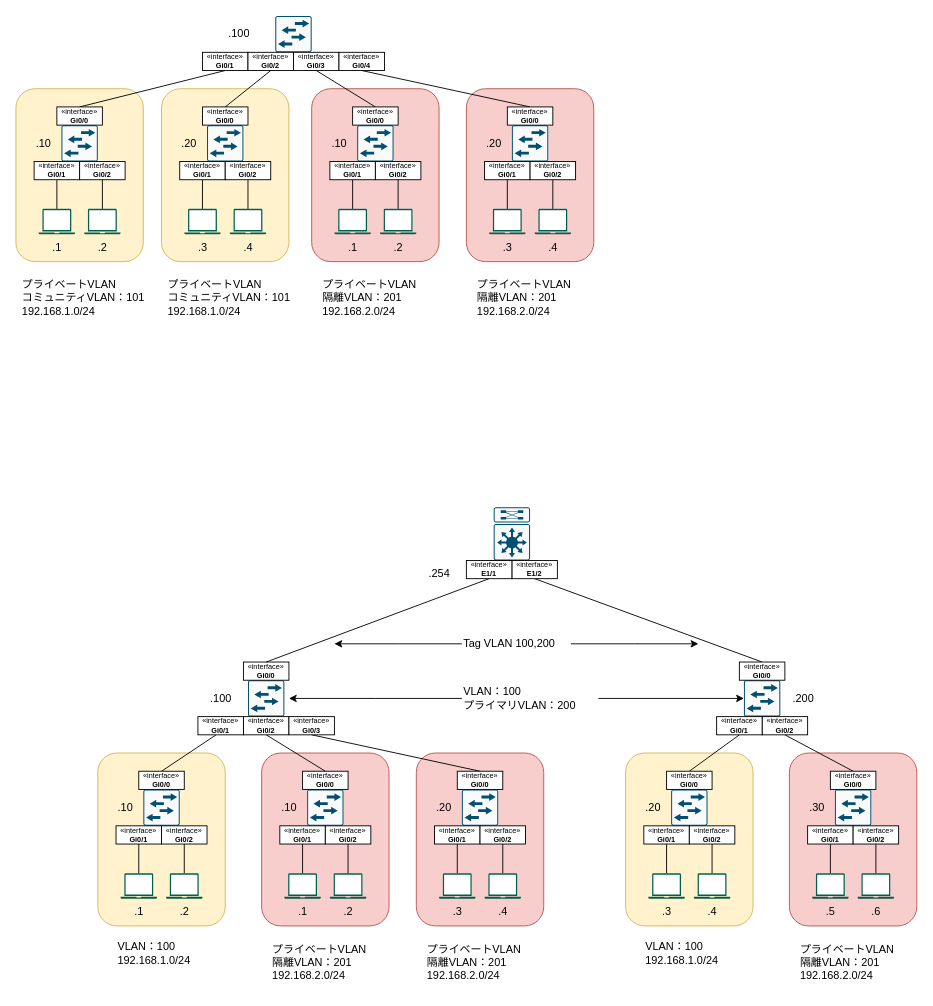
Earlier version of the draw.io diagram プライベートVLAN検証.drawio (Mizukichi404/Network_diagram). Source tidied: cells renumbered, new cells numbered last; positions are measured from the earlier drawing's top-left corner, leaving out a move shared by most shapes. Both pictures are drawn from the tidied source at 91%, with x=0, y=0 at pixel (15, 15).
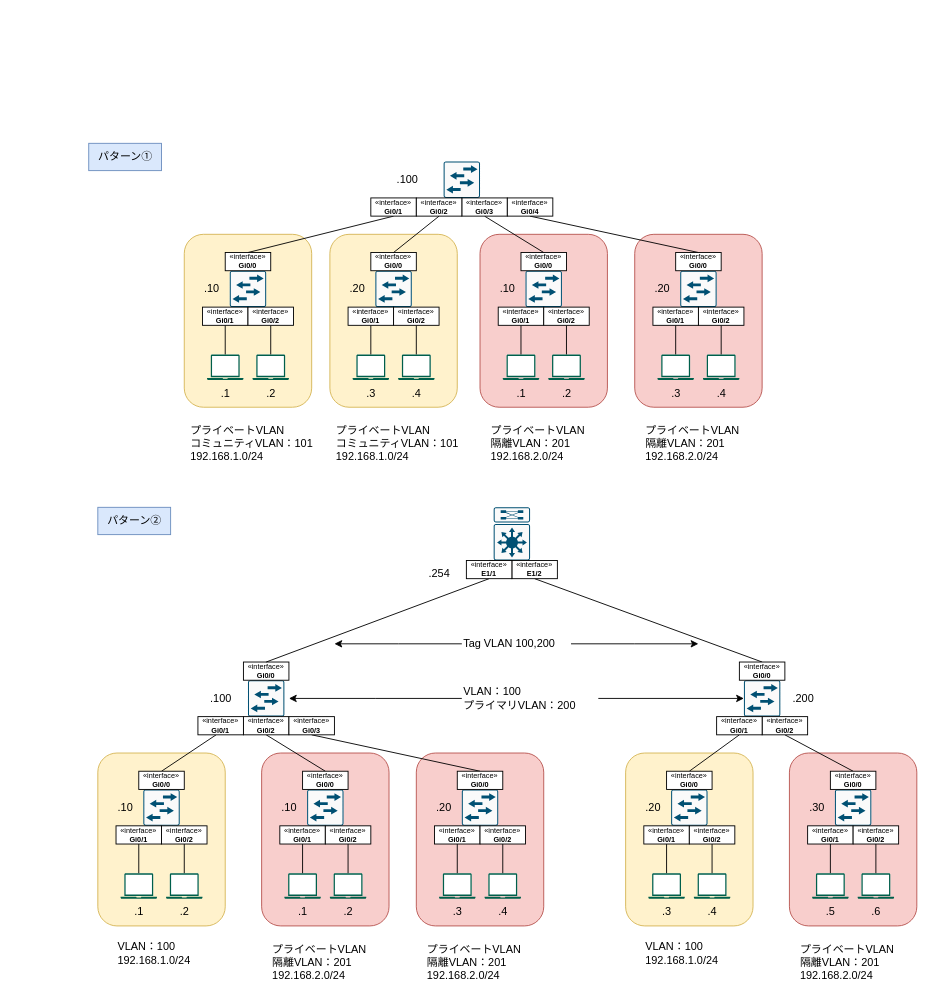
After the change.

Commit message:
プライベートVLAN検証.drawio を更新します

Diff of the diagram source:
```diff
@@
     <mxCell id="97" style="rounded=1;whiteSpace=wrap;html=1;fillColor=#f8cecc;strokeColor=#b85450;" parent="1" vertex="1">
-      <mxGeometry x="325" y="80" width="140" height="190" as="geometry" />
+      <mxGeometry x="510" y="240" width="140" height="190" as="geometry" />
     </mxCell>
     <mxCell id="98" style="rounded=1;whiteSpace=wrap;html=1;fillColor=#fff2cc;strokeColor=#d6b656;" parent="1" vertex="1">
-      <mxGeometry y="80" width="140" height="190" as="geometry" />
+      <mxGeometry x="185" y="240" width="140" height="190" as="geometry" />
     </mxCell>
     <mxCell id="99" style="sketch=0;verticalLabelPosition=bottom;html=1;verticalAlign=top;align=center;shape=mxgraph.cisco19.rect;prIcon=l2_switch;fillColor=#FAFAFA;strokeColor=#005073;" parent="1" vertex="1">
-      <mxGeometry x="285" width="40" height="40" as="geometry" />
+      <mxGeometry x="470" y="160" width="40" height="40" as="geometry" />
     </mxCell>
     <mxCell id="100" style="sketch=0;verticalLabelPosition=bottom;html=1;verticalAlign=top;align=center;shape=mxgraph.cisco19.rect;prIcon=l2_switch;fillColor=#FAFAFA;strokeColor=#005073;" parent="1" vertex="1">
-      <mxGeometry x="50" y="120" width="40" height="40" as="geometry" />
+      <mxGeometry x="235" y="280" width="40" height="40" as="geometry" />
     </mxCell>
@@
     <mxCell id="102" style="sketch=0;verticalLabelPosition=bottom;html=1;verticalAlign=top;align=center;shape=mxgraph.cisco19.rect;prIcon=l2_switch;fillColor=#FAFAFA;strokeColor=#005073;" parent="1" vertex="1">
-      <mxGeometry x="375" y="120" width="40" height="40" as="geometry" />
+      <mxGeometry x="560" y="280" width="40" height="40" as="geometry" />
     </mxCell>
@@
     <mxCell id="104" style="sketch=0;shadow=0;dashed=0;html=1;strokeColor=none;fillColor=#005F4B;labelPosition=center;verticalLabelPosition=bottom;verticalAlign=top;align=center;outlineConnect=0;shape=mxgraph.veeam2.laptop;" parent="1" vertex="1">
-      <mxGeometry x="25" y="212" width="40" height="28" as="geometry" />
+      <mxGeometry x="210" y="372" width="40" height="28" as="geometry" />
     </mxCell>
     <mxCell id="105" style="sketch=0;shadow=0;dashed=0;html=1;strokeColor=none;fillColor=#005F4B;labelPosition=center;verticalLabelPosition=bottom;verticalAlign=top;align=center;outlineConnect=0;shape=mxgraph.veeam2.laptop;" parent="1" vertex="1">
-      <mxGeometry x="75" y="212" width="40" height="28" as="geometry" />
+      <mxGeometry x="260" y="372" width="40" height="28" as="geometry" />
     </mxCell>
     <mxCell id="106" style="sketch=0;shadow=0;dashed=0;html=1;strokeColor=none;fillColor=#005F4B;labelPosition=center;verticalLabelPosition=bottom;verticalAlign=top;align=center;outlineConnect=0;shape=mxgraph.veeam2.laptop;" parent="1" vertex="1">
-      <mxGeometry x="350" y="212" width="40" height="28" as="geometry" />
+      <mxGeometry x="535" y="372" width="40" height="28" as="geometry" />
     </mxCell>
     <mxCell id="107" style="sketch=0;shadow=0;dashed=0;html=1;strokeColor=none;fillColor=#005F4B;labelPosition=center;verticalLabelPosition=bottom;verticalAlign=top;align=center;outlineConnect=0;shape=mxgraph.veeam2.laptop;" parent="1" vertex="1">
-      <mxGeometry x="400" y="212" width="40" height="28" as="geometry" />
+      <mxGeometry x="585" y="372" width="40" height="28" as="geometry" />
     </mxCell>
     <mxCell id="108" value="プライベートVLAN&lt;div&gt;&lt;div&gt;隔離VLAN：201&lt;/div&gt;&lt;div&gt;192.168.2.0/24&lt;/div&gt;&lt;/div&gt;" style="text;html=1;align=left;verticalAlign=middle;strokeColor=none;fillColor=none;" parent="1" vertex="1">
-      <mxGeometry x="335" y="280" width="130" height="60" as="geometry" />
+      <mxGeometry x="520" y="440" width="130" height="60" as="geometry" />
     </mxCell>
     <mxCell id="109" value="&lt;div&gt;プライベートVLAN&lt;/div&gt;&lt;div&gt;コミュニティVLAN：101&lt;/div&gt;&lt;div&gt;192.168.1.0/24&lt;/div&gt;" style="text;html=1;align=left;verticalAlign=middle;strokeColor=none;fillColor=none;" parent="1" vertex="1">
-      <mxGeometry x="5" y="280" width="160" height="60" as="geometry" />
+      <mxGeometry x="190" y="440" width="160" height="60" as="geometry" />
     </mxCell>
@@
     <mxCell id="114" value="«interface»&lt;br&gt;&lt;div&gt;&lt;b&gt;Gi0/1&lt;/b&gt;&lt;/div&gt;" style="html=1;whiteSpace=wrap;fontSize=8;" parent="1" vertex="1">
-      <mxGeometry x="20" y="160" width="50" height="20" as="geometry" />
+      <mxGeometry x="205" y="320" width="50" height="20" as="geometry" />
     </mxCell>
     <mxCell id="115" value="«interface»&lt;br&gt;&lt;b&gt;Gi0/2&lt;/b&gt;" style="html=1;whiteSpace=wrap;fontSize=8;" parent="1" vertex="1">
-      <mxGeometry x="70" y="160" width="50" height="20" as="geometry" />
+      <mxGeometry x="255" y="320" width="50" height="20" as="geometry" />
     </mxCell>
     <mxCell id="116" value="«interface»&lt;br&gt;&lt;b&gt;Gi0/0&lt;/b&gt;" style="html=1;whiteSpace=wrap;fontSize=8;" parent="1" vertex="1">
-      <mxGeometry x="45" y="100" width="50" height="20" as="geometry" />
+      <mxGeometry x="230" y="260" width="50" height="20" as="geometry" />
     </mxCell>
     <mxCell id="117" value="«interface»&lt;br&gt;&lt;b&gt;Gi0/3&lt;/b&gt;" style="html=1;whiteSpace=wrap;fontSize=8;" parent="1" vertex="1">
-      <mxGeometry x="305" y="40" width="50" height="20" as="geometry" />
+      <mxGeometry x="490" y="200" width="50" height="20" as="geometry" />
     </mxCell>
     <mxCell id="118" value="«interface»&lt;br&gt;&lt;b&gt;Gi0/1&lt;/b&gt;" style="html=1;whiteSpace=wrap;fontSize=8;" parent="1" vertex="1">
-      <mxGeometry x="205" y="40" width="50" height="20" as="geometry" />
+      <mxGeometry x="390" y="200" width="50" height="20" as="geometry" />
     </mxCell>
     <mxCell id="119" value="«interface»&lt;br&gt;&lt;b&gt;Gi0/1&lt;/b&gt;" style="html=1;whiteSpace=wrap;fontSize=8;" parent="1" vertex="1">
-      <mxGeometry x="345" y="160" width="50" height="20" as="geometry" />
+      <mxGeometry x="530" y="320" width="50" height="20" as="geometry" />
     </mxCell>
     <mxCell id="120" value="«interface»&lt;br&gt;&lt;b&gt;Gi0/2&lt;/b&gt;" style="html=1;whiteSpace=wrap;fontSize=8;" parent="1" vertex="1">
-      <mxGeometry x="395" y="160" width="50" height="20" as="geometry" />
+      <mxGeometry x="580" y="320" width="50" height="20" as="geometry" />
     </mxCell>
     <mxCell id="121" value="«interface»&lt;br&gt;&lt;b&gt;Gi0/0&lt;/b&gt;" style="html=1;whiteSpace=wrap;fontSize=8;" parent="1" vertex="1">
-      <mxGeometry x="370" y="100" width="50" height="20" as="geometry" />
+      <mxGeometry x="555" y="260" width="50" height="20" as="geometry" />
     </mxCell>
     <mxCell id="122" value=".1" style="text;html=1;align=center;verticalAlign=middle;strokeColor=none;fillColor=none;" parent="1" vertex="1">
-      <mxGeometry x="30" y="240" width="30" height="30" as="geometry" />
+      <mxGeometry x="215" y="400" width="30" height="30" as="geometry" />
     </mxCell>
     <mxCell id="123" value=".2" style="text;html=1;align=center;verticalAlign=middle;strokeColor=none;fillColor=none;" parent="1" vertex="1">
-      <mxGeometry x="80" y="240" width="30" height="30" as="geometry" />
+      <mxGeometry x="265" y="400" width="30" height="30" as="geometry" />
     </mxCell>
     <mxCell id="124" value=".1" style="text;html=1;align=center;verticalAlign=middle;strokeColor=none;fillColor=none;" parent="1" vertex="1">
-      <mxGeometry x="355" y="240" width="30" height="30" as="geometry" />
+      <mxGeometry x="540" y="400" width="30" height="30" as="geometry" />
     </mxCell>
     <mxCell id="125" value=".2" style="text;html=1;align=center;verticalAlign=middle;strokeColor=none;fillColor=none;" parent="1" vertex="1">
-      <mxGeometry x="405" y="240" width="30" height="30" as="geometry" />
+      <mxGeometry x="590" y="400" width="30" height="30" as="geometry" />
     </mxCell>
     <mxCell id="126" value=".100" style="text;html=1;align=center;verticalAlign=middle;strokeColor=none;fillColor=none;" parent="1" vertex="1">
-      <mxGeometry x="220" y="5" width="50" height="30" as="geometry" />
+      <mxGeometry x="405" y="165" width="50" height="30" as="geometry" />
     </mxCell>
     <mxCell id="127" value=".10" style="text;html=1;align=center;verticalAlign=middle;strokeColor=none;fillColor=none;" parent="1" vertex="1">
-      <mxGeometry x="10" y="125" width="40" height="30" as="geometry" />
+      <mxGeometry x="195" y="285" width="40" height="30" as="geometry" />
     </mxCell>
     <mxCell id="128" value=".10" style="text;html=1;align=center;verticalAlign=middle;strokeColor=none;fillColor=none;" parent="1" vertex="1">
-      <mxGeometry x="335" y="125" width="40" height="30" as="geometry" />
+      <mxGeometry x="520" y="285" width="40" height="30" as="geometry" />
     </mxCell>
     <mxCell id="129" style="rounded=1;whiteSpace=wrap;html=1;fillColor=#f8cecc;strokeColor=#b85450;" parent="1" vertex="1">
-      <mxGeometry x="495" y="80" width="140" height="190" as="geometry" />
+      <mxGeometry x="680" y="240" width="140" height="190" as="geometry" />
     </mxCell>
     <mxCell id="130" style="sketch=0;verticalLabelPosition=bottom;html=1;verticalAlign=top;align=center;shape=mxgraph.cisco19.rect;prIcon=l2_switch;fillColor=#FAFAFA;strokeColor=#005073;" parent="1" vertex="1">
-      <mxGeometry x="545" y="120" width="40" height="40" as="geometry" />
+      <mxGeometry x="730" y="280" width="40" height="40" as="geometry" />
     </mxCell>
@@
     <mxCell id="132" style="sketch=0;shadow=0;dashed=0;html=1;strokeColor=none;fillColor=#005F4B;labelPosition=center;verticalLabelPosition=bottom;verticalAlign=top;align=center;outlineConnect=0;shape=mxgraph.veeam2.laptop;" parent="1" vertex="1">
-      <mxGeometry x="520" y="212" width="40" height="28" as="geometry" />
+      <mxGeometry x="705" y="372" width="40" height="28" as="geometry" />
     </mxCell>
     <mxCell id="133" style="sketch=0;shadow=0;dashed=0;html=1;strokeColor=none;fillColor=#005F4B;labelPosition=center;verticalLabelPosition=bottom;verticalAlign=top;align=center;outlineConnect=0;shape=mxgraph.veeam2.laptop;" parent="1" vertex="1">
-      <mxGeometry x="570" y="212" width="40" height="28" as="geometry" />
+      <mxGeometry x="755" y="372" width="40" height="28" as="geometry" />
     </mxCell>
     <mxCell id="134" value="プライベートVLAN&lt;div&gt;&lt;div&gt;隔離VLAN：201&lt;/div&gt;&lt;div&gt;192.168.2.0/24&lt;/div&gt;&lt;/div&gt;" style="text;html=1;align=left;verticalAlign=middle;strokeColor=none;fillColor=none;" parent="1" vertex="1">
-      <mxGeometry x="505" y="280" width="130" height="60" as="geometry" />
+      <mxGeometry x="690" y="440" width="130" height="60" as="geometry" />
     </mxCell>
@@
     <mxCell id="137" value="«interface»&lt;br&gt;&lt;b&gt;Gi0/1&lt;/b&gt;" style="html=1;whiteSpace=wrap;fontSize=8;" parent="1" vertex="1">
-      <mxGeometry x="515" y="160" width="50" height="20" as="geometry" />
+      <mxGeometry x="700" y="320" width="50" height="20" as="geometry" />
     </mxCell>
     <mxCell id="138" value="«interface»&lt;br&gt;&lt;b&gt;Gi0/2&lt;/b&gt;" style="html=1;whiteSpace=wrap;fontSize=8;" parent="1" vertex="1">
-      <mxGeometry x="565" y="160" width="50" height="20" as="geometry" />
+      <mxGeometry x="750" y="320" width="50" height="20" as="geometry" />
     </mxCell>
     <mxCell id="139" value="«interface»&lt;br&gt;&lt;b&gt;Gi0/0&lt;/b&gt;" style="html=1;whiteSpace=wrap;fontSize=8;" parent="1" vertex="1">
-      <mxGeometry x="540" y="100" width="50" height="20" as="geometry" />
+      <mxGeometry x="725" y="260" width="50" height="20" as="geometry" />
     </mxCell>
     <mxCell id="140" value=".3" style="text;html=1;align=center;verticalAlign=middle;strokeColor=none;fillColor=none;" parent="1" vertex="1">
-      <mxGeometry x="525" y="240" width="30" height="30" as="geometry" />
+      <mxGeometry x="710" y="400" width="30" height="30" as="geometry" />
     </mxCell>
     <mxCell id="141" value=".4" style="text;html=1;align=center;verticalAlign=middle;strokeColor=none;fillColor=none;" parent="1" vertex="1">
-      <mxGeometry x="575" y="240" width="30" height="30" as="geometry" />
+      <mxGeometry x="760" y="400" width="30" height="30" as="geometry" />
     </mxCell>
     <mxCell id="142" value=".20" style="text;html=1;align=center;verticalAlign=middle;strokeColor=none;fillColor=none;" parent="1" vertex="1">
-      <mxGeometry x="505" y="125" width="40" height="30" as="geometry" />
+      <mxGeometry x="690" y="285" width="40" height="30" as="geometry" />
     </mxCell>
     <mxCell id="143" value="«interface»&lt;br&gt;&lt;b&gt;Gi0/4&lt;/b&gt;" style="html=1;whiteSpace=wrap;fontSize=8;" parent="1" vertex="1">
-      <mxGeometry x="355" y="40" width="50" height="20" as="geometry" />
+      <mxGeometry x="540" y="200" width="50" height="20" as="geometry" />
     </mxCell>
     <mxCell id="144" value="«interface»&lt;br&gt;&lt;b&gt;Gi0/2&lt;/b&gt;" style="html=1;whiteSpace=wrap;fontSize=8;" parent="1" vertex="1">
-      <mxGeometry x="255" y="40" width="50" height="20" as="geometry" />
+      <mxGeometry x="440" y="200" width="50" height="20" as="geometry" />
     </mxCell>
     <mxCell id="145" style="rounded=1;whiteSpace=wrap;html=1;fillColor=#fff2cc;strokeColor=#d6b656;" parent="1" vertex="1">
-      <mxGeometry x="160" y="80" width="140" height="190" as="geometry" />
+      <mxGeometry x="345" y="240" width="140" height="190" as="geometry" />
     </mxCell>
     <mxCell id="146" style="sketch=0;verticalLabelPosition=bottom;html=1;verticalAlign=top;align=center;shape=mxgraph.cisco19.rect;prIcon=l2_switch;fillColor=#FAFAFA;strokeColor=#005073;" parent="1" vertex="1">
-      <mxGeometry x="210" y="120" width="40" height="40" as="geometry" />
+      <mxGeometry x="395" y="280" width="40" height="40" as="geometry" />
     </mxCell>
     <mxCell id="147" style="sketch=0;shadow=0;dashed=0;html=1;strokeColor=none;fillColor=#005F4B;labelPosition=center;verticalLabelPosition=bottom;verticalAlign=top;align=center;outlineConnect=0;shape=mxgraph.veeam2.laptop;" parent="1" vertex="1">
-      <mxGeometry x="185" y="212" width="40" height="28" as="geometry" />
+      <mxGeometry x="370" y="372" width="40" height="28" as="geometry" />
     </mxCell>
     <mxCell id="148" style="sketch=0;shadow=0;dashed=0;html=1;strokeColor=none;fillColor=#005F4B;labelPosition=center;verticalLabelPosition=bottom;verticalAlign=top;align=center;outlineConnect=0;shape=mxgraph.veeam2.laptop;" parent="1" vertex="1">
-      <mxGeometry x="235" y="212" width="40" height="28" as="geometry" />
+      <mxGeometry x="420" y="372" width="40" height="28" as="geometry" />
     </mxCell>
     <mxCell id="149" value="&lt;div&gt;プライベートVLAN&lt;/div&gt;&lt;div&gt;コミュニティVLAN：101&lt;/div&gt;&lt;div&gt;192.168.1.0/24&lt;/div&gt;" style="text;html=1;align=left;verticalAlign=middle;strokeColor=none;fillColor=none;" parent="1" vertex="1">
-      <mxGeometry x="165" y="280" width="160" height="60" as="geometry" />
+      <mxGeometry x="350" y="440" width="160" height="60" as="geometry" />
     </mxCell>
@@
     <mxCell id="152" value="«interface»&lt;br&gt;&lt;div&gt;&lt;b&gt;Gi0/1&lt;/b&gt;&lt;/div&gt;" style="html=1;whiteSpace=wrap;fontSize=8;" parent="1" vertex="1">
-      <mxGeometry x="180" y="160" width="50" height="20" as="geometry" />
+      <mxGeometry x="365" y="320" width="50" height="20" as="geometry" />
     </mxCell>
     <mxCell id="153" value="«interface»&lt;br&gt;&lt;b&gt;Gi0/2&lt;/b&gt;" style="html=1;whiteSpace=wrap;fontSize=8;" parent="1" vertex="1">
-      <mxGeometry x="230" y="160" width="50" height="20" as="geometry" />
+      <mxGeometry x="415" y="320" width="50" height="20" as="geometry" />
     </mxCell>
     <mxCell id="154" value="«interface»&lt;br&gt;&lt;b&gt;Gi0/0&lt;/b&gt;" style="html=1;whiteSpace=wrap;fontSize=8;" parent="1" vertex="1">
-      <mxGeometry x="205" y="100" width="50" height="20" as="geometry" />
+      <mxGeometry x="390" y="260" width="50" height="20" as="geometry" />
     </mxCell>
     <mxCell id="155" value=".3" style="text;html=1;align=center;verticalAlign=middle;strokeColor=none;fillColor=none;" parent="1" vertex="1">
-      <mxGeometry x="190" y="240" width="30" height="30" as="geometry" />
+      <mxGeometry x="375" y="400" width="30" height="30" as="geometry" />
     </mxCell>
     <mxCell id="156" value=".4" style="text;html=1;align=center;verticalAlign=middle;strokeColor=none;fillColor=none;" parent="1" vertex="1">
-      <mxGeometry x="240" y="240" width="30" height="30" as="geometry" />
+      <mxGeometry x="425" y="400" width="30" height="30" as="geometry" />
     </mxCell>
     <mxCell id="157" value=".20" style="text;html=1;align=center;verticalAlign=middle;strokeColor=none;fillColor=none;" parent="1" vertex="1">
-      <mxGeometry x="170" y="125" width="40" height="30" as="geometry" />
+      <mxGeometry x="355" y="285" width="40" height="30" as="geometry" />
     </mxCell>
@@
+    <mxCell id="159" value="パターン①" style="text;html=1;align=center;verticalAlign=middle;strokeColor=#6c8ebf;fillColor=#dae8fc;" parent="1" vertex="1">
+      <mxGeometry x="80" y="140" width="80" height="30" as="geometry" />
+    </mxCell>
+    <mxCell id="160" value="パターン②" style="text;html=1;align=center;verticalAlign=middle;strokeColor=#6c8ebf;fillColor=#dae8fc;" parent="1" vertex="1">
+      <mxGeometry x="90" y="540" width="80" height="30" as="geometry" />
+    </mxCell>
```
